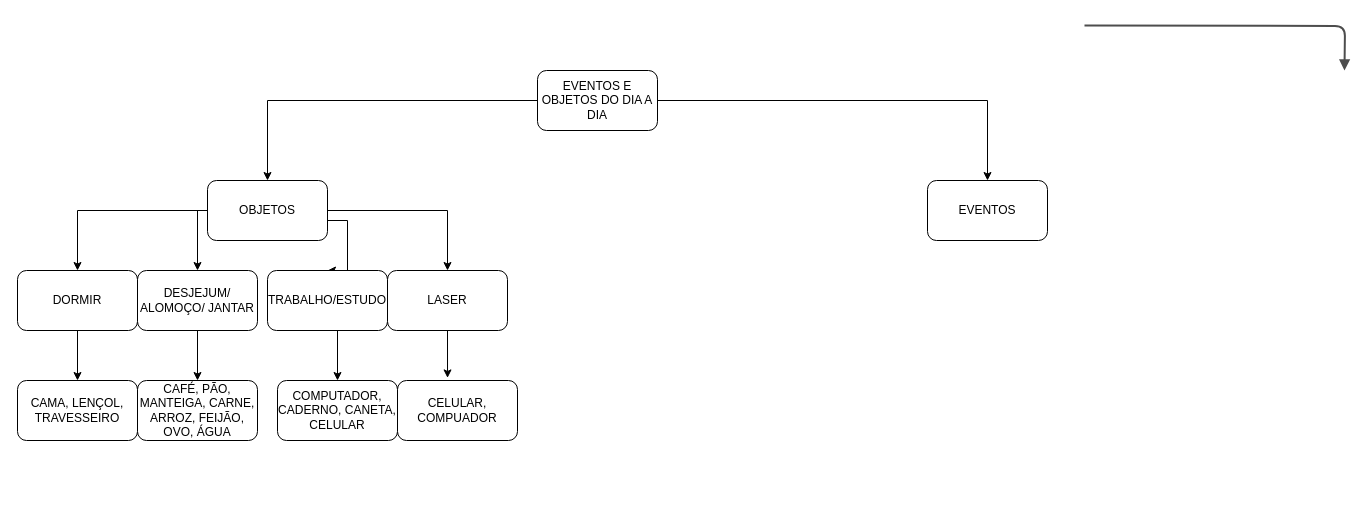
pedindev/Pedro2024 keeps this draw.io diagram as Diagrama sem nome.drawio. Above is the earlier version. Source tidied: cells renumbered, new cells numbered last; positions are measured from the earlier drawing's top-left corner, leaving out a move shared by most shapes. Both pictures are drawn from the tidied source at 100%, with x=0, y=0 at pixel (17, 25).
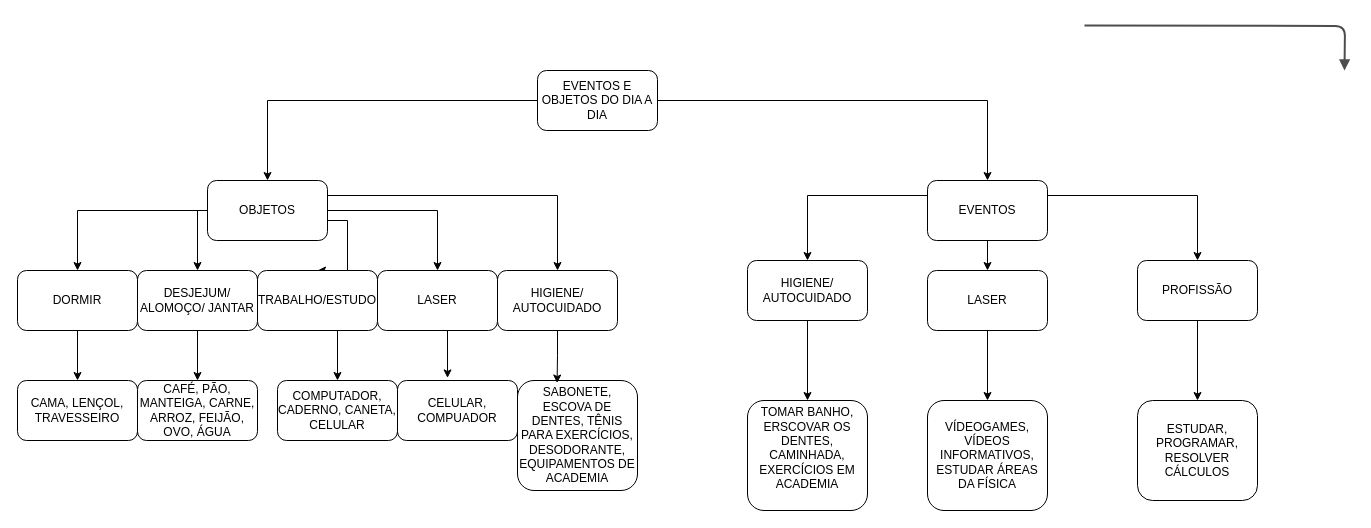
The same diagram, later.

The change refers to these unchanged cells:
```xml
<mxCell id="10" value="OBJETOS" style="rounded=1;whiteSpace=wrap;html=1;" parent="1" vertex="1">
  <mxGeometry x="190" y="155" width="120" height="60" as="geometry" />
</mxCell>
<mxCell id="21" value="CELULAR, COMPUADOR" style="rounded=1;whiteSpace=wrap;html=1;" parent="1" vertex="1">
  <mxGeometry x="380" y="355" width="120" height="60" as="geometry" />
</mxCell>
<mxCell id="23" value="EVENTOS" style="rounded=1;whiteSpace=wrap;html=1;" parent="1" vertex="1">
  <mxGeometry x="910" y="155" width="120" height="60" as="geometry" />
</mxCell>
```

Diff of the diagram source:
```diff
@@
+    <mxCell id="24" style="edgeStyle=orthogonalEdgeStyle;rounded=0;jettySize=auto;html=1;exitX=1;exitY=0.25;exitDx=0;exitDy=0;" parent="1" edge="1" source="10" target="32">
+      <mxGeometry relative="1" as="geometry" />
+    </mxCell>
@@
     <mxCell id="18" value="TRABALHO/ESTUDO" style="rounded=1;whiteSpace=wrap;html=1;" parent="1" vertex="1">
-      <mxGeometry x="250" y="245" width="120" height="60" as="geometry" />
+      <mxGeometry x="240" y="245" width="120" height="60" as="geometry" />
     </mxCell>
@@
     <mxCell id="20" value="LASER" style="rounded=1;whiteSpace=wrap;html=1;" parent="1" vertex="1">
-      <mxGeometry x="370" y="245" width="120" height="60" as="geometry" />
+      <mxGeometry x="360" y="245" width="120" height="60" as="geometry" />
     </mxCell>
@@
     <mxCell id="22" style="edgeStyle=orthogonalEdgeStyle;rounded=0;jettySize=auto;html=1;exitX=0.5;exitY=1;exitDx=0;exitDy=0;entryX=0.417;entryY=-0.043;entryDx=0;entryDy=0;entryPerimeter=0;" parent="1" edge="1" source="20" target="21">
-      <mxGeometry relative="1" as="geometry" />
+      <mxGeometry relative="1" as="geometry">
+        <Array as="points">
+          <mxPoint x="430" y="305" />
+        </Array>
+      </mxGeometry>
     </mxCell>
+    <mxCell id="25" style="edgeStyle=orthogonalEdgeStyle;rounded=0;jettySize=auto;html=1;exitX=1;exitY=0.25;exitDx=0;exitDy=0;" parent="1" edge="1" source="23" target="29">
+      <mxGeometry relative="1" as="geometry" />
+    </mxCell>
+    <mxCell id="26" style="edgeStyle=orthogonalEdgeStyle;rounded=0;jettySize=auto;html=1;exitX=0;exitY=0.25;exitDx=0;exitDy=0;" parent="1" edge="1" source="23" target="31">
+      <mxGeometry relative="1" as="geometry" />
+    </mxCell>
+    <mxCell id="27" style="edgeStyle=orthogonalEdgeStyle;rounded=0;jettySize=auto;html=1;exitX=0.5;exitY=1;exitDx=0;exitDy=0;entryX=0.5;entryY=0;entryDx=0;entryDy=0;" parent="1" edge="1" source="23" target="37">
+      <mxGeometry relative="1" as="geometry" />
+    </mxCell>
@@
+    <mxCell id="28" style="edgeStyle=orthogonalEdgeStyle;rounded=0;jettySize=auto;html=1;exitX=0.5;exitY=1;exitDx=0;exitDy=0;entryX=0.5;entryY=0;entryDx=0;entryDy=0;" parent="1" edge="1" source="29" target="39">
+      <mxGeometry relative="1" as="geometry" />
+    </mxCell>
+    <mxCell id="29" value="PROFISSÃO" style="rounded=1;whiteSpace=wrap;html=1;" parent="1" vertex="1">
+      <mxGeometry x="1120" y="235" width="120" height="60" as="geometry" />
+    </mxCell>
+    <mxCell id="30" style="edgeStyle=orthogonalEdgeStyle;rounded=0;jettySize=auto;html=1;exitX=0.5;exitY=1;exitDx=0;exitDy=0;entryX=0.5;entryY=0;entryDx=0;entryDy=0;" parent="1" edge="1" source="31" target="35">
+      <mxGeometry relative="1" as="geometry" />
+    </mxCell>
+    <mxCell id="31" value="HIGIENE/&lt;div&gt;AUTOCUIDADO&lt;/div&gt;" style="rounded=1;whiteSpace=wrap;html=1;" parent="1" vertex="1">
+      <mxGeometry x="730" y="235" width="120" height="60" as="geometry" />
+    </mxCell>
+    <mxCell id="32" value="HIGIENE/&lt;div&gt;AUTOCUIDADO&lt;/div&gt;" style="rounded=1;whiteSpace=wrap;html=1;" parent="1" vertex="1">
+      <mxGeometry x="480" y="245" width="120" height="60" as="geometry" />
+    </mxCell>
+    <mxCell id="33" value="SABONETE, ESCOVA DE DENTES, TÊNIS PARA EXERCÍCIOS, DESODORANTE,&lt;br&gt;EQUIPAMENTOS DE ACADEMIA" style="rounded=1;whiteSpace=wrap;html=1;" parent="1" vertex="1">
+      <mxGeometry x="500" y="355" width="120" height="110" as="geometry" />
+    </mxCell>
+    <mxCell id="34" style="edgeStyle=orthogonalEdgeStyle;rounded=0;jettySize=auto;html=1;exitX=0.5;exitY=1;exitDx=0;exitDy=0;entryX=0.33;entryY=0.023;entryDx=0;entryDy=0;entryPerimeter=0;" parent="1" edge="1" source="32" target="33">
+      <mxGeometry relative="1" as="geometry" />
+    </mxCell>
+    <mxCell id="35" value="&lt;div&gt;TOMAR BANHO, ERSCOVAR OS DENTES, CAMINHADA, EXERCÍCIOS EM ACADEMIA&lt;div&gt;&lt;br&gt;&lt;/div&gt;&lt;/div&gt;" style="rounded=1;whiteSpace=wrap;html=1;" parent="1" vertex="1">
+      <mxGeometry x="730" y="375" width="120" height="110" as="geometry" />
+    </mxCell>
+    <mxCell id="36" style="edgeStyle=orthogonalEdgeStyle;rounded=0;jettySize=auto;html=1;exitX=0.5;exitY=1;exitDx=0;exitDy=0;" parent="1" edge="1" source="37" target="38">
+      <mxGeometry relative="1" as="geometry" />
+    </mxCell>
+    <mxCell id="37" value="LASER" style="rounded=1;whiteSpace=wrap;html=1;" parent="1" vertex="1">
+      <mxGeometry x="910" y="245" width="120" height="60" as="geometry" />
+    </mxCell>
+    <mxCell id="38" value="VÍDEOGAMES, VÍDEOS INFORMATIVOS, ESTUDAR ÁREAS DA FÍSICA" style="rounded=1;whiteSpace=wrap;html=1;" parent="1" vertex="1">
+      <mxGeometry x="910" y="375" width="120" height="110" as="geometry" />
+    </mxCell>
+    <mxCell id="39" value="ESTUDAR, PROGRAMAR, RESOLVER CÁLCULOS" style="rounded=1;whiteSpace=wrap;html=1;" parent="1" vertex="1">
+      <mxGeometry x="1120" y="375" width="120" height="100" as="geometry" />
+    </mxCell>
```
